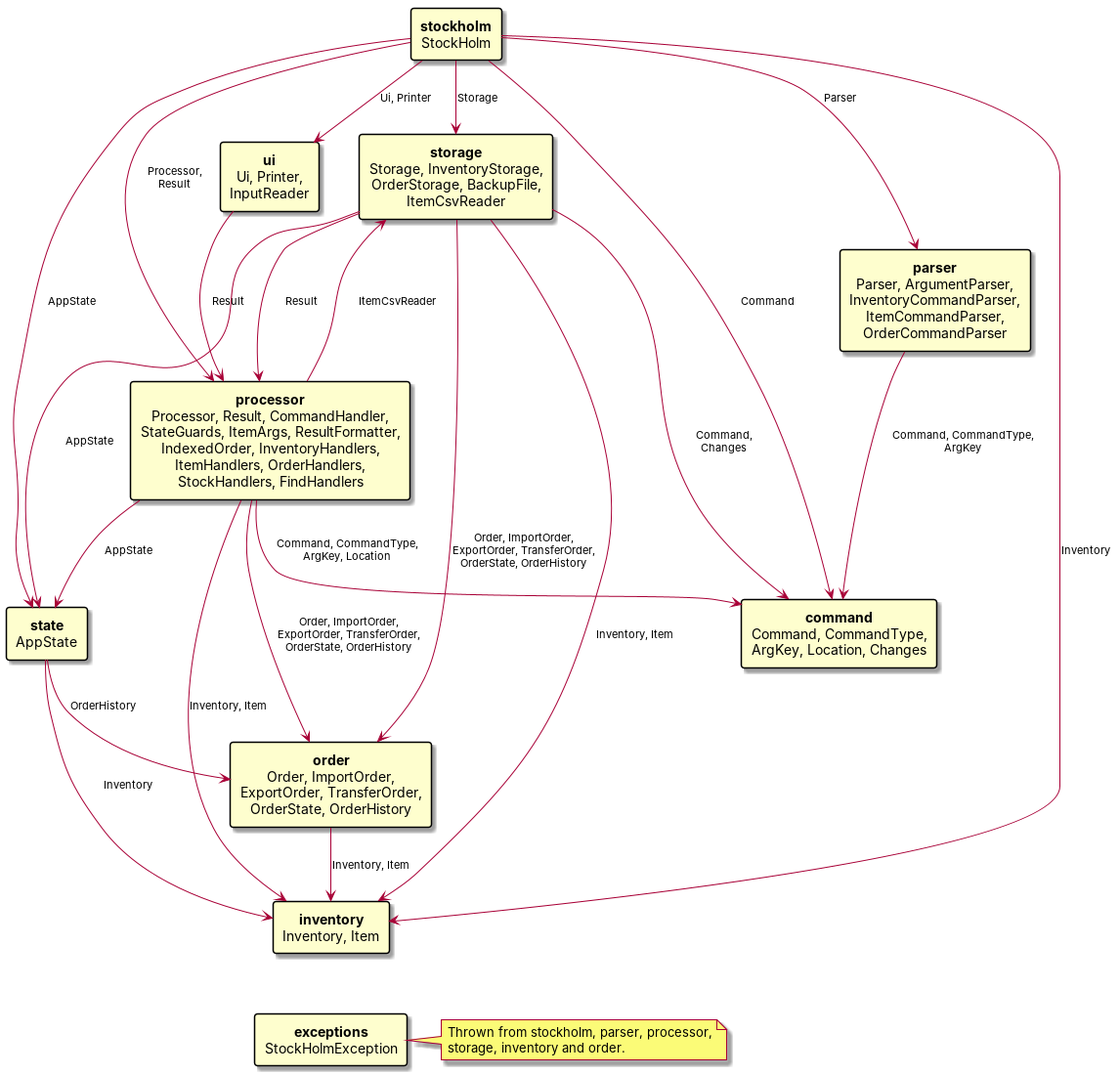
Above: docs/images/CouplingDiagram.png in AY2627S1-CS2113-W14-4/tp (PlantUML), before the change. Its source is kept beside it as docs/diagrams/CouplingDiagram.puml. The source it was exported from:
```plantuml
@startuml
!pragma layout smetana
top to bottom direction
skinparam defaultTextAlignment center
skinparam ArrowFontSize 11
skinparam rectangle {
    RoundCorner 6
}


rectangle "**stockholm**\nStockHolm" as main
rectangle "**ui**\nUi, Printer,\nInputReader" as ui
rectangle "**parser**\nParser, ArgumentParser,\nInventoryCommandParser,\nItemCommandParser,\nOrderCommandParser" as parser
rectangle "**storage**\nStorage, InventoryStorage,\nOrderStorage, BackupFile,\nItemCsvReader" as storage
rectangle "**processor**\nProcessor, Result, CommandHandler,\nStateGuards, ItemArgs, ResultFormatter,\nIndexedOrder, InventoryHandlers,\nItemHandlers, OrderHandlers,\nStockHandlers, FindHandlers" as processor
rectangle "**command**\nCommand, CommandType,\nArgKey, Location, Changes" as command
rectangle "**state**\nAppState" as state
rectangle "**order**\nOrder, ImportOrder,\nExportOrder, TransferOrder,\nOrderState, OrderHistory" as order
rectangle "**inventory**\nInventory, Item" as inventory
rectangle "**exceptions**\nStockHolmException" as exceptions

main -down-> ui : Ui, Printer
main -down-> parser : Parser
main -down-> storage : Storage
main -down-> processor : Processor,\nResult
main -down-> state : AppState
main -down-> command : Command
main -down-> inventory : Inventory

ui -down-> processor : Result
parser -down-> command : Command, CommandType,\nArgKey
storage -right-> processor : Result
processor -left-> storage : ItemCsvReader
storage -down-> command : Command,\nChanges
storage -down-> state : AppState
storage -down-> order : Order, ImportOrder,\nExportOrder, TransferOrder,\nOrderState, OrderHistory
storage -down-> inventory : Inventory, Item
processor -down-> command : Command, CommandType,\nArgKey, Location
processor -down-> state : AppState
processor -down-> order : Order, ImportOrder,\nExportOrder, TransferOrder,\nOrderState, OrderHistory
processor -down-> inventory : Inventory, Item
state -down-> inventory : Inventory
state -down-> order : OrderHistory
order -down-> inventory : Inventory, Item

note right of exceptions
    Thrown from stockholm, parser, processor,
    storage, inventory and order.
end note
inventory -[hidden]down-> exceptions
@enduml
```
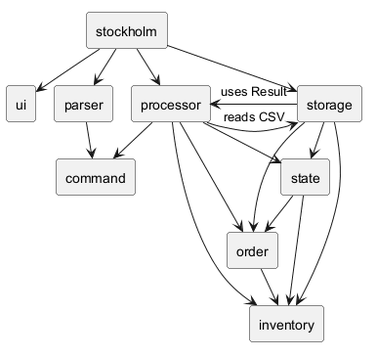
The same file after the commit.

The edit, as a diff of the source:
```diff
@@ -1,51 +1,34 @@
 @startuml
 !pragma layout smetana
-top to bottom direction
-skinparam defaultTextAlignment center
-skinparam ArrowFontSize 11
 skinparam rectangle {
     RoundCorner 6
 }
 
+rectangle stockholm as main
+rectangle ui
+rectangle parser
+rectangle processor
+rectangle storage
+rectangle command
+rectangle state
+rectangle order
+rectangle inventory
 
-rectangle "**stockholm**\nStockHolm" as main
-rectangle "**ui**\nUi, Printer,\nInputReader" as ui
-rectangle "**parser**\nParser, ArgumentParser,\nInventoryCommandParser,\nItemCommandParser,\nOrderCommandParser" as parser
-rectangle "**storage**\nStorage, InventoryStorage,\nOrderStorage, BackupFile,\nItemCsvReader" as storage
-rectangle "**processor**\nProcessor, Result, CommandHandler,\nStateGuards, ItemArgs, ResultFormatter,\nIndexedOrder, InventoryHandlers,\nItemHandlers, OrderHandlers,\nStockHandlers, FindHandlers" as processor
-rectangle "**command**\nCommand, CommandType,\nArgKey, Location, Changes" as command
-rectangle "**state**\nAppState" as state
-rectangle "**order**\nOrder, ImportOrder,\nExportOrder, TransferOrder,\nOrderState, OrderHistory" as order
-rectangle "**inventory**\nInventory, Item" as inventory
-rectangle "**exceptions**\nStockHolmException" as exceptions
-
-main -down-> ui : Ui, Printer
-main -down-> parser : Parser
-main -down-> storage : Storage
-main -down-> processor : Processor,\nResult
-main -down-> state : AppState
-main -down-> command : Command
-main -down-> inventory : Inventory
-
-ui -down-> processor : Result
-parser -down-> command : Command, CommandType,\nArgKey
-storage -right-> processor : Result
-processor -left-> storage : ItemCsvReader
-storage -down-> command : Command,\nChanges
-storage -down-> state : AppState
-storage -down-> order : Order, ImportOrder,\nExportOrder, TransferOrder,\nOrderState, OrderHistory
-storage -down-> inventory : Inventory, Item
-processor -down-> command : Command, CommandType,\nArgKey, Location
-processor -down-> state : AppState
-processor -down-> order : Order, ImportOrder,\nExportOrder, TransferOrder,\nOrderState, OrderHistory
-processor -down-> inventory : Inventory, Item
-state -down-> inventory : Inventory
-state -down-> order : OrderHistory
-order -down-> inventory : Inventory, Item
-
-note right of exceptions
-    Thrown from stockholm, parser, processor,
-    storage, inventory and order.
-end note
-inventory -[hidden]down-> exceptions
+main -down-> ui
+main -down-> parser
+main -down-> processor
+main -down-> storage
+parser -down-> command
+processor -down-> command
+processor -down-> state
+processor -down-> order
+processor -down-> inventory
+processor -right-> storage : reads CSV
+storage -left-> processor : uses Result
+storage -down-> state
+storage -down-> order
+storage -down-> inventory
+state -down-> order
+state -down-> inventory
+order -down-> inventory
 @enduml
```
